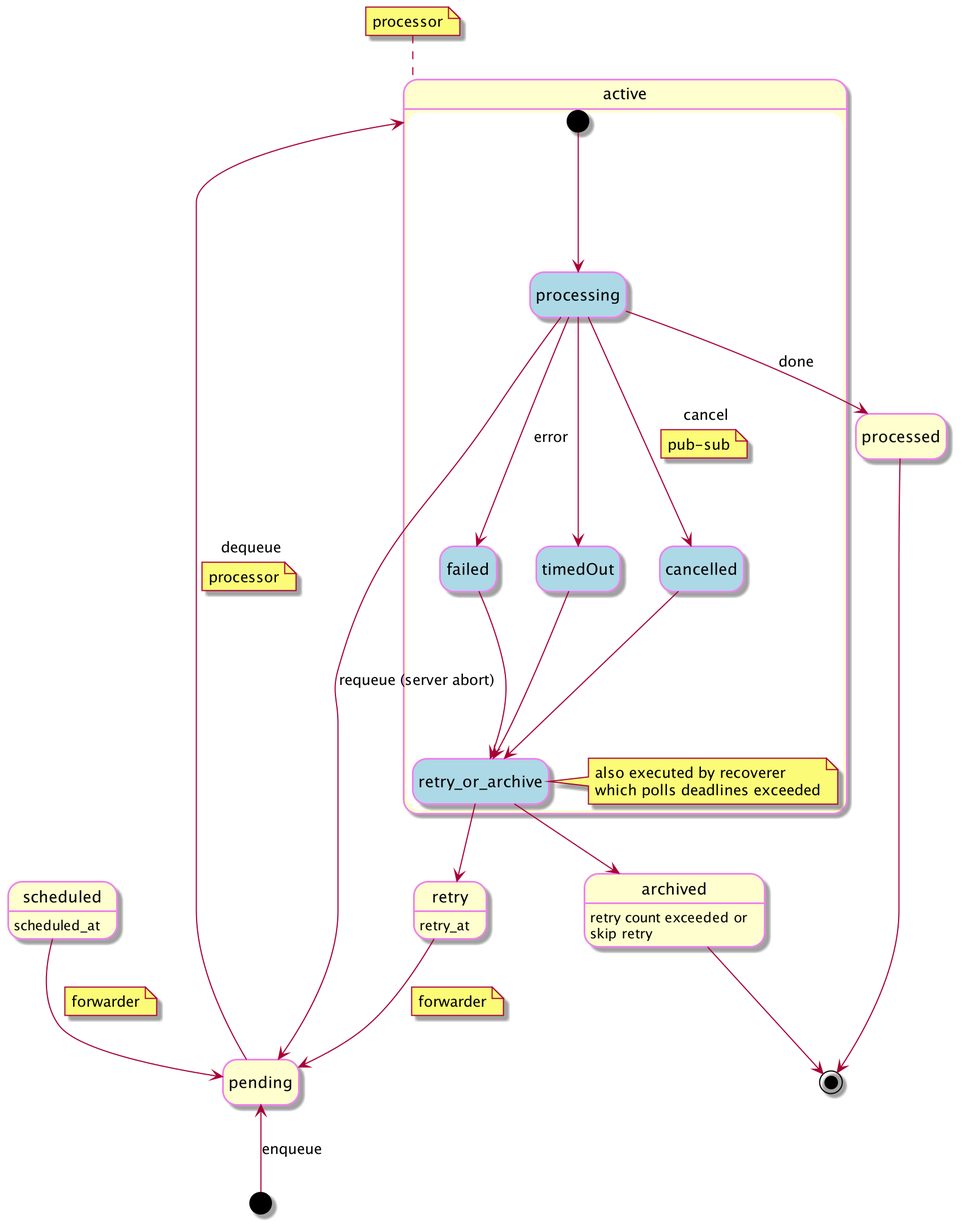
Earlier version of the PlantUML export docs/task_state.png (qluvio/asynq). Its source is kept beside it as docs/task_state.puml.
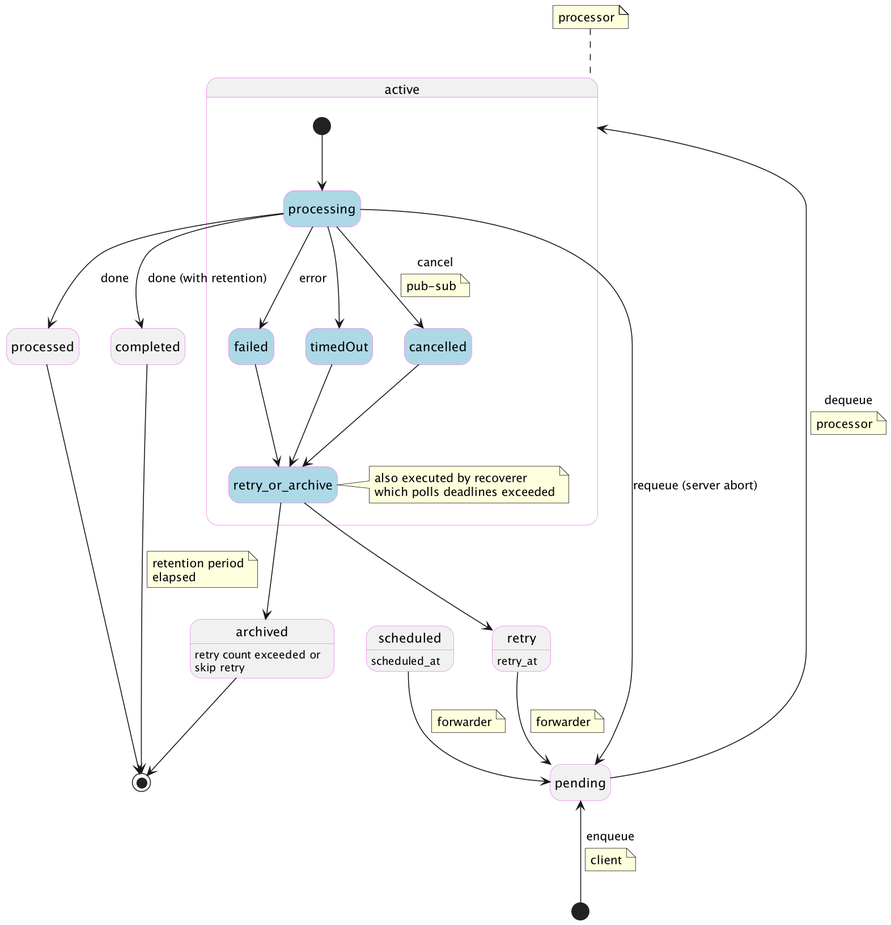
Above is the later version.

What changed in the source:
```diff
@@ -8,12 +8,16 @@
 }
 
 [*] -up-> pending : enqueue
+note on link
+  client
+end note
 pending -left-> active : dequeue
 note on link
   processor
 end note
 
 state processed
+state completed
 state archived
 archived: retry count exceeded or
 archived: skip retry
@@ -33,6 +37,7 @@
   end note
 
   processing --> processed : done
+  processing --> completed : done (with retention)
 
   state failed <<active>>
   state timedOut <<active>>
@@ -64,8 +69,12 @@
   forwarder
 end note
 
-
 processed --> [*]
+completed --> [*]
+note on link
+  retention period
+  elapsed
+end note
 archived --> [*]
 
 @enduml
```
